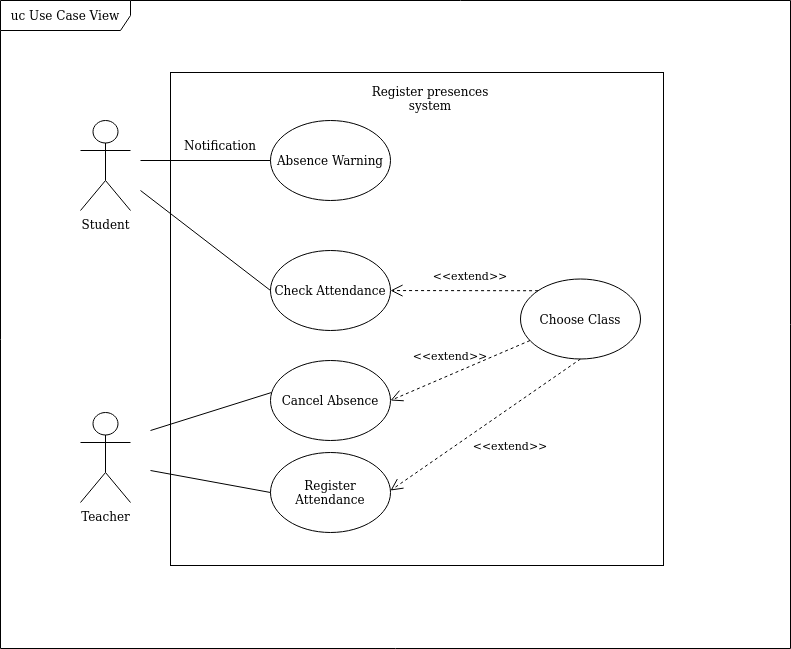
This is images/use_case_model.png from P1ntas/ESOF, a draw.io export, as it was before one commit. Source tidied: cells renumbered, new cells last; positions are measured from the earlier drawing's top-left corner, leaving out a move shared by most shapes.
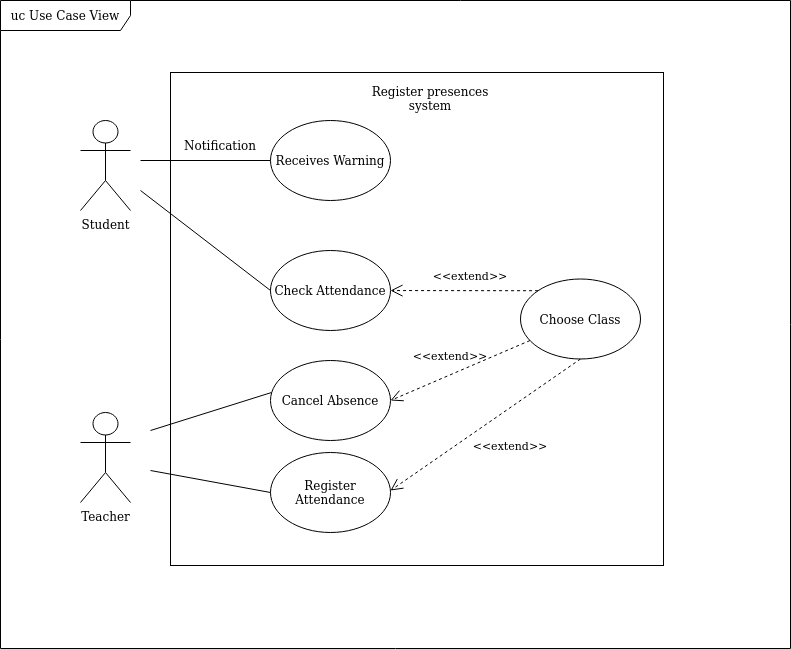
The same file after the commit.

Commit message:
Minor changes to Use Case Model Tables

Change to the diagram source:
```diff
@@ -60,7 +60,7 @@
     <mxCell id="18" value="uc Use Case View" style="shape=umlFrame;whiteSpace=wrap;html=1;width=130;height=30;" parent="1" vertex="1">
       <mxGeometry width="790" height="648" as="geometry" />
     </mxCell>
-    <mxCell id="19" value="Absence Warning" style="ellipse;whiteSpace=wrap;html=1;" parent="1" vertex="1">
+    <mxCell id="19" value="Receives Warning" style="ellipse;whiteSpace=wrap;html=1;" parent="1" vertex="1">
       <mxGeometry x="270" y="120" width="120" height="80" as="geometry" />
     </mxCell>
     <mxCell id="20" style="endArrow=open;html=1;rounded=0;dashed=1;endFill=0;strokeWidth=1;endSize=10;exitX=0.5;exitY=1;exitDx=0;exitDy=0;" parent="1" edge="1" source="14">
```
